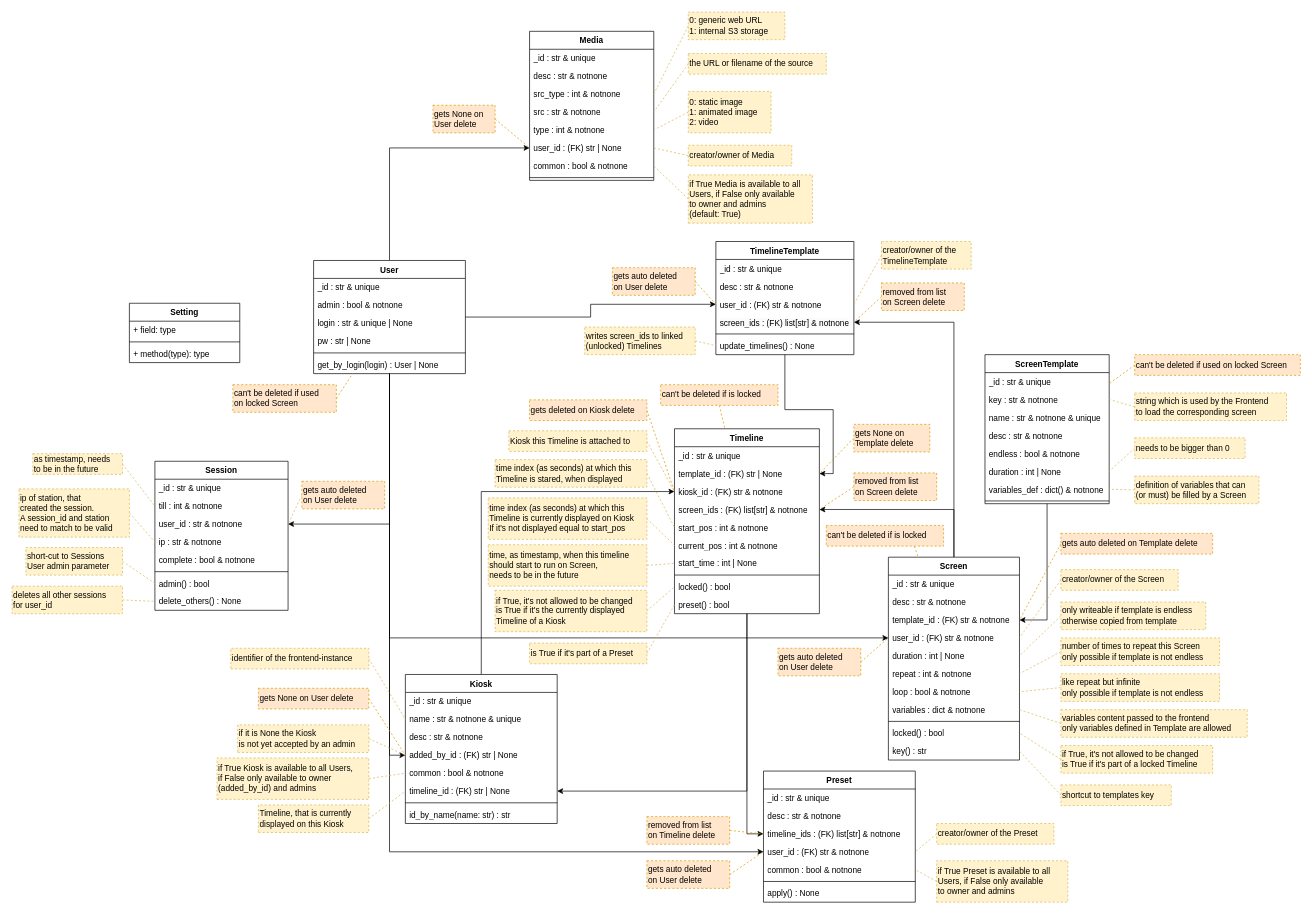
nlptournament/nlpt-kiosk keeps this draw.io diagram as docs/elements.drawio. Above is the earlier version. Source tidied: cells renumbered, new cells numbered last; positions are measured from the earlier drawing's top-left corner, leaving out a move shared by most shapes. Both pictures are drawn from the tidied source at 69%, with x=0, y=0 at pixel (12, 12).
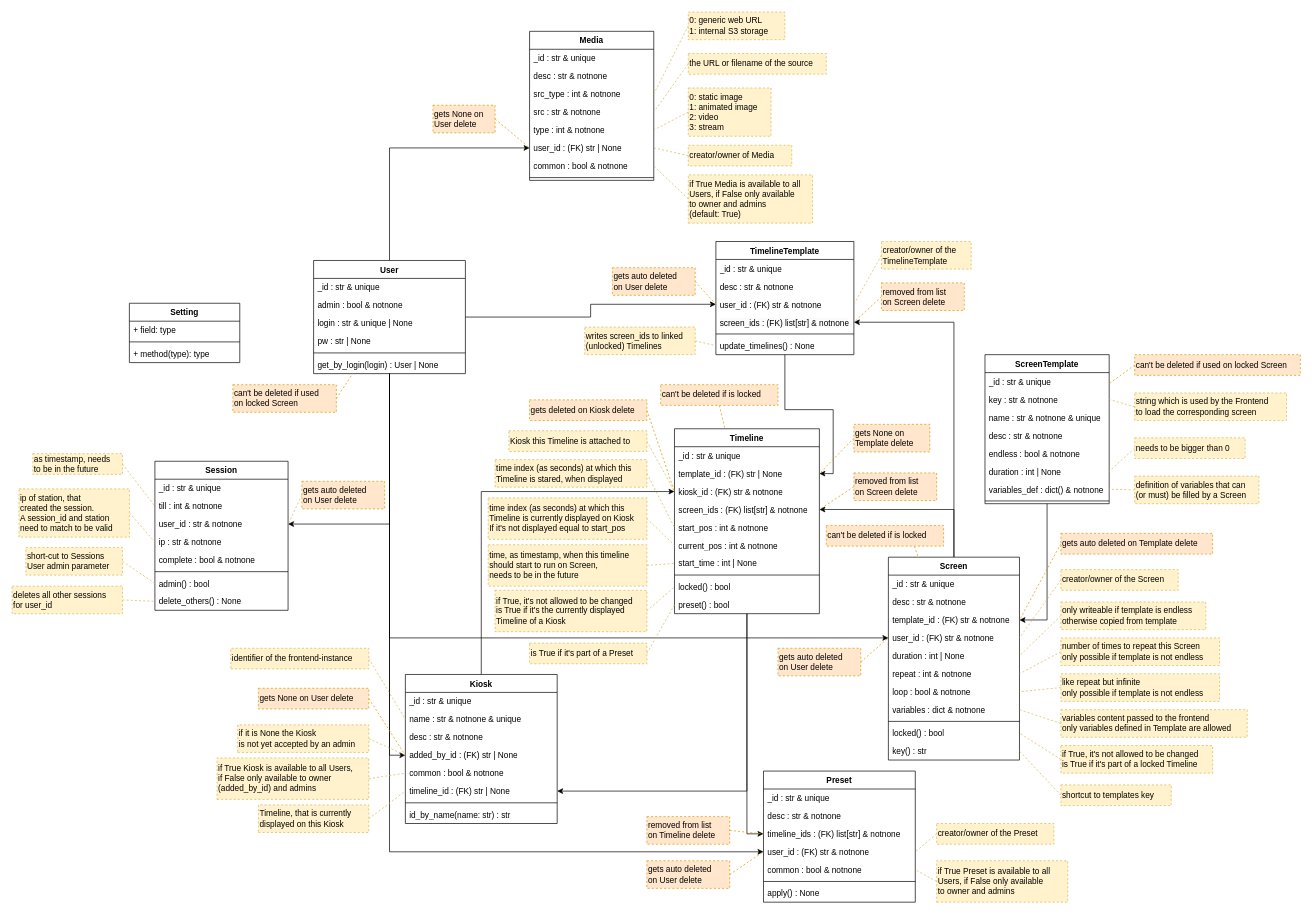
The same diagram, later.

What changed in the source:
```diff
@@
-    <mxCell id="189" value="&lt;div&gt;0: static image&lt;br&gt;1: animated image&lt;/div&gt;&lt;div&gt;2: video&lt;/div&gt;" style="rounded=0;whiteSpace=wrap;html=1;fillColor=#fff2cc;strokeColor=#d6b656;dashed=1;align=left;verticalAlign=middle;horizontal=1;labelPosition=center;verticalLabelPosition=middle;" parent="1" vertex="1">
-      <mxGeometry x="980" y="115" width="120" height="60" as="geometry" />
+    <mxCell id="189" value="&lt;div&gt;0: static image&lt;br&gt;1: animated image&lt;/div&gt;&lt;div&gt;2: video&lt;/div&gt;&lt;div&gt;3: stream&lt;/div&gt;" style="rounded=0;whiteSpace=wrap;html=1;fillColor=#fff2cc;strokeColor=#d6b656;dashed=1;align=left;verticalAlign=middle;horizontal=1;labelPosition=center;verticalLabelPosition=middle;" parent="1" vertex="1">
+      <mxGeometry x="980" y="110" width="120" height="70" as="geometry" />
     </mxCell>
```
